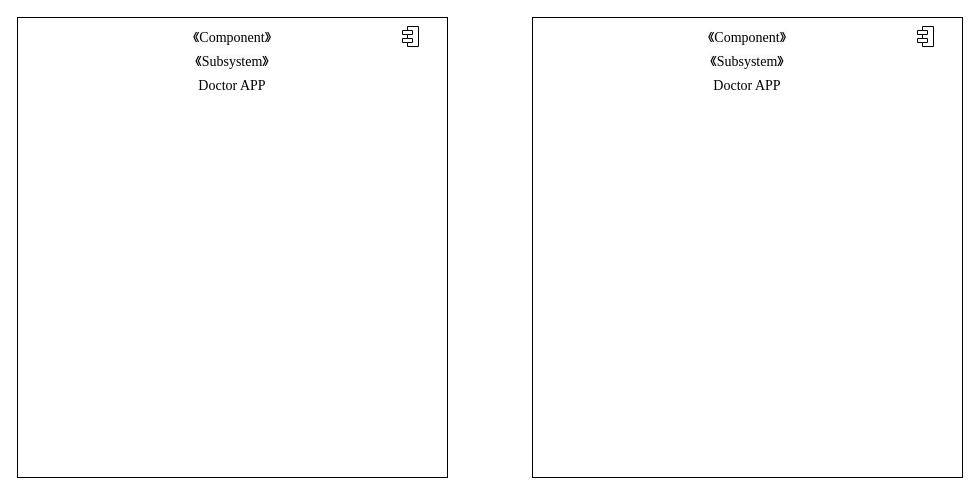
Earlier version of the draw.io diagram Architecture of Subsystem_Pharmacy.drawio (FOMOKN/Software-Engineering). Source tidied: cells renumbered, new cells numbered last; positions are measured from the earlier drawing's top-left corner, leaving out a move shared by most shapes. Both pictures are drawn from the tidied source at 100%, with x=0, y=0 at pixel (17, 17).
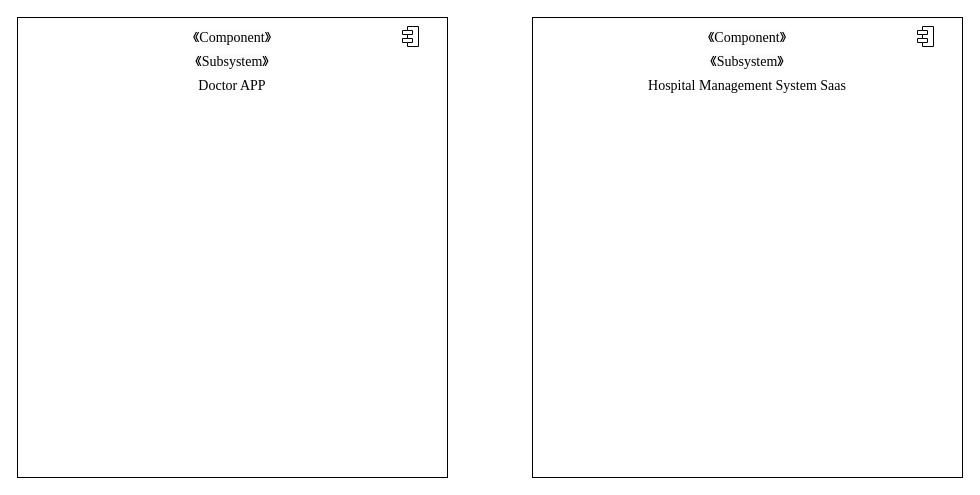
The same diagram, later.

The edit, as a diff of the source:
```diff
@@
 <mxGraphModel>
   <root>
     <mxCell id="0" />
     <mxCell id="1" parent="0" />
     <mxCell id="2" style="align=center;verticalAlign=top;horizontal=1;" parent="1" vertex="1">
       <mxGeometry width="430" height="460" as="geometry" />
     </mxCell>
     <mxCell id="3" value="&lt;font style=&quot;font-size: 14px;&quot; face=&quot;Times New Roman&quot;&gt;&lt;span style=&quot;color: rgb(0, 0, 0); font-style: normal; font-variant-ligatures: normal; font-variant-caps: normal; font-weight: 400; letter-spacing: normal; orphans: 2; text-indent: 0px; text-transform: none; widows: 2; word-spacing: 0px; -webkit-text-stroke-width: 0px; background-color: rgb(251, 251, 251); text-decoration-thickness: initial; text-decoration-style: initial; text-decoration-color: initial; float: none; display: inline !important;&quot;&gt;《Component》&lt;/span&gt;&lt;br style=&quot;border-color: var(--border-color); color: rgb(0, 0, 0); font-style: normal; font-variant-ligatures: normal; font-variant-caps: normal; font-weight: 400; letter-spacing: normal; orphans: 2; text-indent: 0px; text-transform: none; widows: 2; word-spacing: 0px; -webkit-text-stroke-width: 0px; background-color: rgb(251, 251, 251); text-decoration-thickness: initial; text-decoration-style: initial; text-decoration-color: initial;&quot;&gt;&lt;span style=&quot;color: rgb(0, 0, 0); font-style: normal; font-variant-ligatures: normal; font-variant-caps: normal; font-weight: 400; letter-spacing: normal; orphans: 2; text-indent: 0px; text-transform: none; widows: 2; word-spacing: 0px; -webkit-text-stroke-width: 0px; background-color: rgb(251, 251, 251); text-decoration-thickness: initial; text-decoration-style: initial; text-decoration-color: initial; float: none; display: inline !important;&quot;&gt;《Subsystem》&lt;/span&gt;&lt;br style=&quot;border-color: var(--border-color); color: rgb(0, 0, 0); font-style: normal; font-variant-ligatures: normal; font-variant-caps: normal; font-weight: 400; letter-spacing: normal; orphans: 2; text-indent: 0px; text-transform: none; widows: 2; word-spacing: 0px; -webkit-text-stroke-width: 0px; background-color: rgb(251, 251, 251); text-decoration-thickness: initial; text-decoration-style: initial; text-decoration-color: initial;&quot;&gt;&lt;span style=&quot;&quot;&gt;Doctor APP&lt;/span&gt;&lt;/font&gt;" style="text;whiteSpace=wrap;html=1;fontSize=20;fontFamily=Architects Daughter;align=center;" parent="2" vertex="1">
       <mxGeometry width="430" height="460" as="geometry" />
     </mxCell>
     <mxCell id="4" style="shape=module;jettyWidth=10;jettyHeight=4;" parent="1" vertex="1">
       <mxGeometry x="385" y="9" width="16" height="20" as="geometry">
         <mxPoint x="-25" y="9" as="offset" />
       </mxGeometry>
     </mxCell>
     <mxCell id="5" style="align=center;verticalAlign=top;horizontal=1;" parent="1" vertex="1">
       <mxGeometry x="515" width="430" height="460" as="geometry" />
     </mxCell>
-    <mxCell id="6" value="&lt;font style=&quot;font-size: 14px;&quot; face=&quot;Times New Roman&quot;&gt;&lt;span style=&quot;color: rgb(0, 0, 0); font-style: normal; font-variant-ligatures: normal; font-variant-caps: normal; font-weight: 400; letter-spacing: normal; orphans: 2; text-indent: 0px; text-transform: none; widows: 2; word-spacing: 0px; -webkit-text-stroke-width: 0px; background-color: rgb(251, 251, 251); text-decoration-thickness: initial; text-decoration-style: initial; text-decoration-color: initial; float: none; display: inline !important;&quot;&gt;《Component》&lt;/span&gt;&lt;br style=&quot;border-color: var(--border-color); color: rgb(0, 0, 0); font-style: normal; font-variant-ligatures: normal; font-variant-caps: normal; font-weight: 400; letter-spacing: normal; orphans: 2; text-indent: 0px; text-transform: none; widows: 2; word-spacing: 0px; -webkit-text-stroke-width: 0px; background-color: rgb(251, 251, 251); text-decoration-thickness: initial; text-decoration-style: initial; text-decoration-color: initial;&quot;&gt;&lt;span style=&quot;color: rgb(0, 0, 0); font-style: normal; font-variant-ligatures: normal; font-variant-caps: normal; font-weight: 400; letter-spacing: normal; orphans: 2; text-indent: 0px; text-transform: none; widows: 2; word-spacing: 0px; -webkit-text-stroke-width: 0px; background-color: rgb(251, 251, 251); text-decoration-thickness: initial; text-decoration-style: initial; text-decoration-color: initial; float: none; display: inline !important;&quot;&gt;《Subsystem》&lt;/span&gt;&lt;br style=&quot;border-color: var(--border-color); color: rgb(0, 0, 0); font-style: normal; font-variant-ligatures: normal; font-variant-caps: normal; font-weight: 400; letter-spacing: normal; orphans: 2; text-indent: 0px; text-transform: none; widows: 2; word-spacing: 0px; -webkit-text-stroke-width: 0px; background-color: rgb(251, 251, 251); text-decoration-thickness: initial; text-decoration-style: initial; text-decoration-color: initial;&quot;&gt;&lt;span style=&quot;&quot;&gt;Doctor APP&lt;/span&gt;&lt;/font&gt;" style="text;whiteSpace=wrap;html=1;fontSize=20;fontFamily=Architects Daughter;align=center;" parent="5" vertex="1">
+    <mxCell id="6" value="&lt;font style=&quot;font-size: 14px;&quot; face=&quot;Times New Roman&quot;&gt;&lt;font style=&quot;font-size: 14px;&quot;&gt;&lt;span style=&quot;color: rgb(0, 0, 0); font-style: normal; font-variant-ligatures: normal; font-variant-caps: normal; font-weight: 400; letter-spacing: normal; orphans: 2; text-indent: 0px; text-transform: none; widows: 2; word-spacing: 0px; -webkit-text-stroke-width: 0px; background-color: rgb(251, 251, 251); text-decoration-thickness: initial; text-decoration-style: initial; text-decoration-color: initial; float: none; display: inline !important;&quot;&gt;《Component》&lt;/span&gt;&lt;br style=&quot;border-color: var(--border-color); color: rgb(0, 0, 0); font-style: normal; font-variant-ligatures: normal; font-variant-caps: normal; font-weight: 400; letter-spacing: normal; orphans: 2; text-indent: 0px; text-transform: none; widows: 2; word-spacing: 0px; -webkit-text-stroke-width: 0px; background-color: rgb(251, 251, 251); text-decoration-thickness: initial; text-decoration-style: initial; text-decoration-color: initial;&quot;&gt;&lt;span style=&quot;color: rgb(0, 0, 0); font-style: normal; font-variant-ligatures: normal; font-variant-caps: normal; font-weight: 400; letter-spacing: normal; orphans: 2; text-indent: 0px; text-transform: none; widows: 2; word-spacing: 0px; -webkit-text-stroke-width: 0px; background-color: rgb(251, 251, 251); text-decoration-thickness: initial; text-decoration-style: initial; text-decoration-color: initial; float: none; display: inline !important;&quot;&gt;《Subsystem》&lt;/span&gt;&lt;br style=&quot;border-color: var(--border-color); color: rgb(0, 0, 0); font-style: normal; font-variant-ligatures: normal; font-variant-caps: normal; font-weight: 400; letter-spacing: normal; orphans: 2; text-indent: 0px; text-transform: none; widows: 2; word-spacing: 0px; -webkit-text-stroke-width: 0px; background-color: rgb(251, 251, 251); text-decoration-thickness: initial; text-decoration-style: initial; text-decoration-color: initial;&quot;&gt;&lt;/font&gt;Hospital Management System Saas&lt;/font&gt;&lt;font style=&quot;font-size: 14px;&quot; face=&quot;Times New Roman&quot;&gt;&lt;br&gt;&lt;/font&gt;" style="text;whiteSpace=wrap;html=1;fontSize=20;fontFamily=Architects Daughter;align=center;" parent="5" vertex="1">
       <mxGeometry width="430" height="460" as="geometry" />
     </mxCell>
     <mxCell id="7" style="shape=module;jettyWidth=10;jettyHeight=4;" parent="1" vertex="1">
       <mxGeometry x="900" y="9" width="16" height="20" as="geometry">
         <mxPoint x="-25" y="9" as="offset" />
       </mxGeometry>
     </mxCell>
   </root>
 </mxGraphModel>
```
